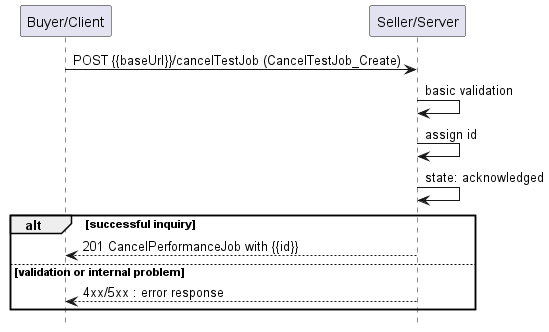
This is documentation/serviceApi/sft/serviceTest/media/useCase13.png from MEF-GIT/MEF-LSO-Legato-SDK, a PlantUML export, as it was before one commit. Its diagram source:
```plantuml
@startuml useCase13

hide footbox

participant "Buyer/Client" as B
participant "Seller/Server" as S

B -> S : POST {{baseUrl}}/cancelTestJob (CancelTestJob_Create)

S -> S : basic validation
S -> S : assign id
S -> S : state: acknowledged
alt successful inquiry
    B <-- S : 201 CancelPerformanceJob with {{id}}
else validation or internal problem
    B <-- S: 4xx/5xx : error response
end






@enduml
```
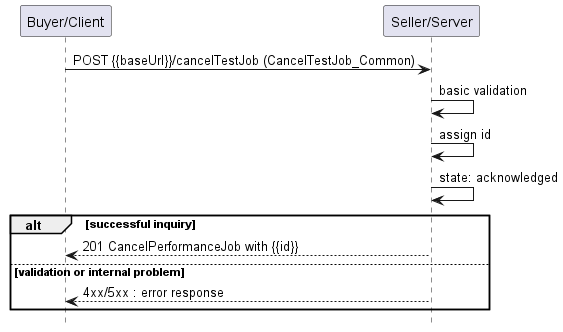
After the commit.

Diff of the diagram source:
```diff
@@ -5,7 +5,7 @@
 participant "Buyer/Client" as B
 participant "Seller/Server" as S
 
-B -> S : POST {{baseUrl}}/cancelTestJob (CancelTestJob_Create)
+B -> S : POST {{baseUrl}}/cancelTestJob (CancelTestJob_Common)
 
 S -> S : basic validation
 S -> S : assign id
```
